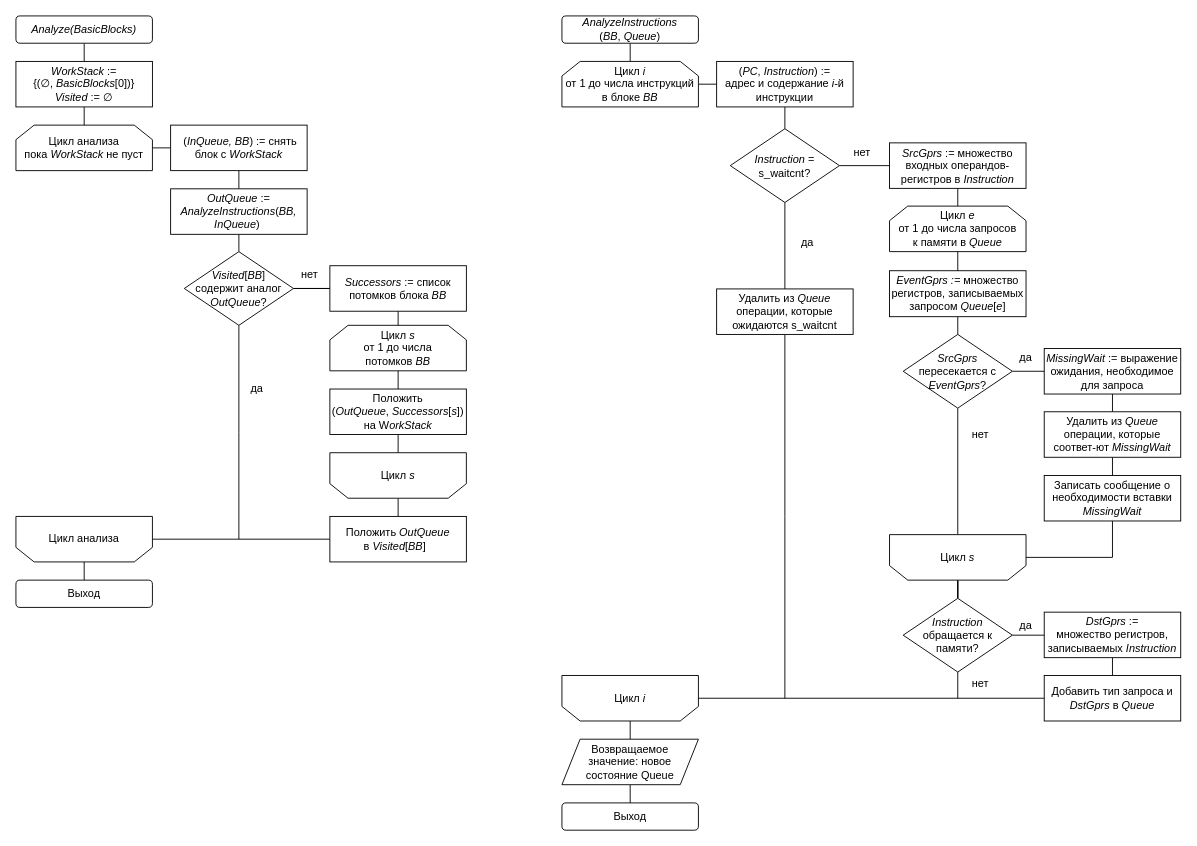
timlathy/itmo-bachelor-thesis keeps this draw.io diagram as diagrams/alg-waitcnt.drawio. Above is the earlier version. Source tidied: cells renumbered, new cells numbered last; positions are measured from the earlier drawing's top-left corner, leaving out a move shared by most shapes. Both pictures are drawn from the tidied source at 91%, with x=0, y=0 at pixel (15, 15).
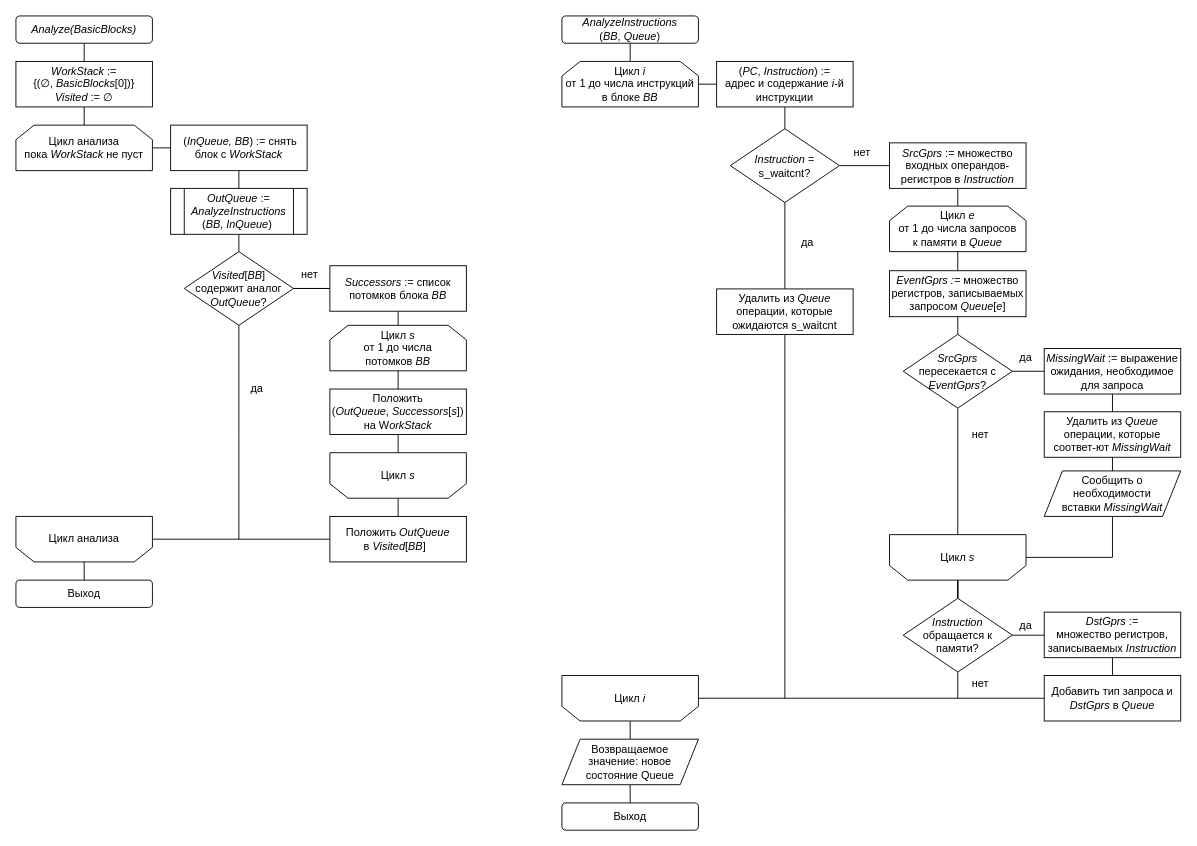
After the change.

The change refers to these unchanged cells:
```xml
<mxCell id="9" value="&amp;nbsp;(&lt;i&gt;InQueue, BB&lt;/i&gt;)&amp;nbsp;:= снять блок с &lt;i&gt;WorkStack&lt;/i&gt;" style="rounded=0;whiteSpace=wrap;html=1;" parent="1" vertex="1">
  <mxGeometry x="170" y="120" width="150" height="50" as="geometry" />
</mxCell>
<mxCell id="14" value="&lt;i&gt;Visited&lt;/i&gt;[&lt;i&gt;BB&lt;/i&gt;]&lt;br&gt;содержит аналог&lt;br&gt;&lt;i&gt;OutQueue&lt;/i&gt;?" style="rhombus;whiteSpace=wrap;html=1;" parent="1" vertex="1">
  <mxGeometry x="185" y="259" width="120" height="81" as="geometry" />
</mxCell>
```

Change to the diagram source:
```diff
@@
-    <mxCell id="8" style="edgeStyle=orthogonalEdgeStyle;rounded=0;jettySize=auto;html=1;exitX=0.5;exitY=1;exitDx=0;exitDy=0;entryX=0.5;entryY=0;entryDx=0;entryDy=0;endArrow=none;endFill=0;" parent="1" edge="1" source="9" target="11">
-      <mxGeometry relative="1" as="geometry" />
+    <mxCell id="8" style="edgeStyle=orthogonalEdgeStyle;rounded=0;jettySize=auto;html=1;exitX=0.5;exitY=1;exitDx=0;exitDy=0;entryX=0.5;entryY=0;entryDx=0;entryDy=0;endArrow=none;endFill=0;" parent="1" edge="1" source="9">
+      <mxGeometry relative="1" as="geometry">
+        <mxPoint x="245" y="190" as="targetPoint" />
+      </mxGeometry>
     </mxCell>
@@
-    <mxCell id="10" style="edgeStyle=orthogonalEdgeStyle;rounded=0;jettySize=auto;html=1;exitX=0.5;exitY=1;exitDx=0;exitDy=0;entryX=0.5;entryY=0;entryDx=0;entryDy=0;endArrow=none;endFill=0;" parent="1" edge="1" source="11" target="14">
-      <mxGeometry relative="1" as="geometry" />
+    <mxCell id="10" style="edgeStyle=orthogonalEdgeStyle;rounded=0;jettySize=auto;html=1;exitX=0.5;exitY=1;exitDx=0;exitDy=0;entryX=0.5;entryY=0;entryDx=0;entryDy=0;endArrow=none;endFill=0;" parent="1" edge="1" target="14">
+      <mxGeometry relative="1" as="geometry">
+        <mxPoint x="245" y="240" as="sourcePoint" />
+      </mxGeometry>
     </mxCell>
-    <mxCell id="11" value="&lt;i&gt;OutQueue&lt;/i&gt; := &lt;i&gt;AnalyzeInstructions&lt;/i&gt;(&lt;i&gt;BB, InQueue&lt;/i&gt;)&amp;nbsp;" style="rounded=0;whiteSpace=wrap;html=1;" parent="1" vertex="1">
-      <mxGeometry x="170" y="190" width="150" height="50" as="geometry" />
-    </mxCell>
@@
-    <mxCell id="75" value="Записать сообщение о необходимости вставки &lt;i&gt;MissingWait&lt;/i&gt;" style="rounded=0;whiteSpace=wrap;html=1;" parent="1" vertex="1">
-      <mxGeometry x="1130" y="505" width="150" height="50" as="geometry" />
-    </mxCell>
+    <mxCell id="11" value="&lt;i&gt;OutQueue&lt;/i&gt;&lt;span&gt;&amp;nbsp;:=&lt;br&gt;&lt;/span&gt;&lt;i&gt;AnalyzeInstructions&lt;br&gt;&lt;/i&gt;&lt;span&gt;(&lt;/span&gt;&lt;i&gt;BB, InQueue&lt;/i&gt;&lt;span&gt;)&amp;nbsp;&lt;/span&gt;" style="shape=process;whiteSpace=wrap;html=1;backgroundOutline=1;" parent="1" vertex="1">
+      <mxGeometry x="170" y="189.5" width="150" height="50.5" as="geometry" />
+    </mxCell>
+    <mxCell id="76" value="Сообщить о необходимости&lt;br&gt;вставки &lt;i&gt;MissingWait&lt;/i&gt;" style="shape=parallelogram;perimeter=parallelogramPerimeter;whiteSpace=wrap;html=1;fixedSize=1;" parent="1" vertex="1">
+      <mxGeometry x="1130" y="500" width="150" height="50" as="geometry" />
+    </mxCell>
```
